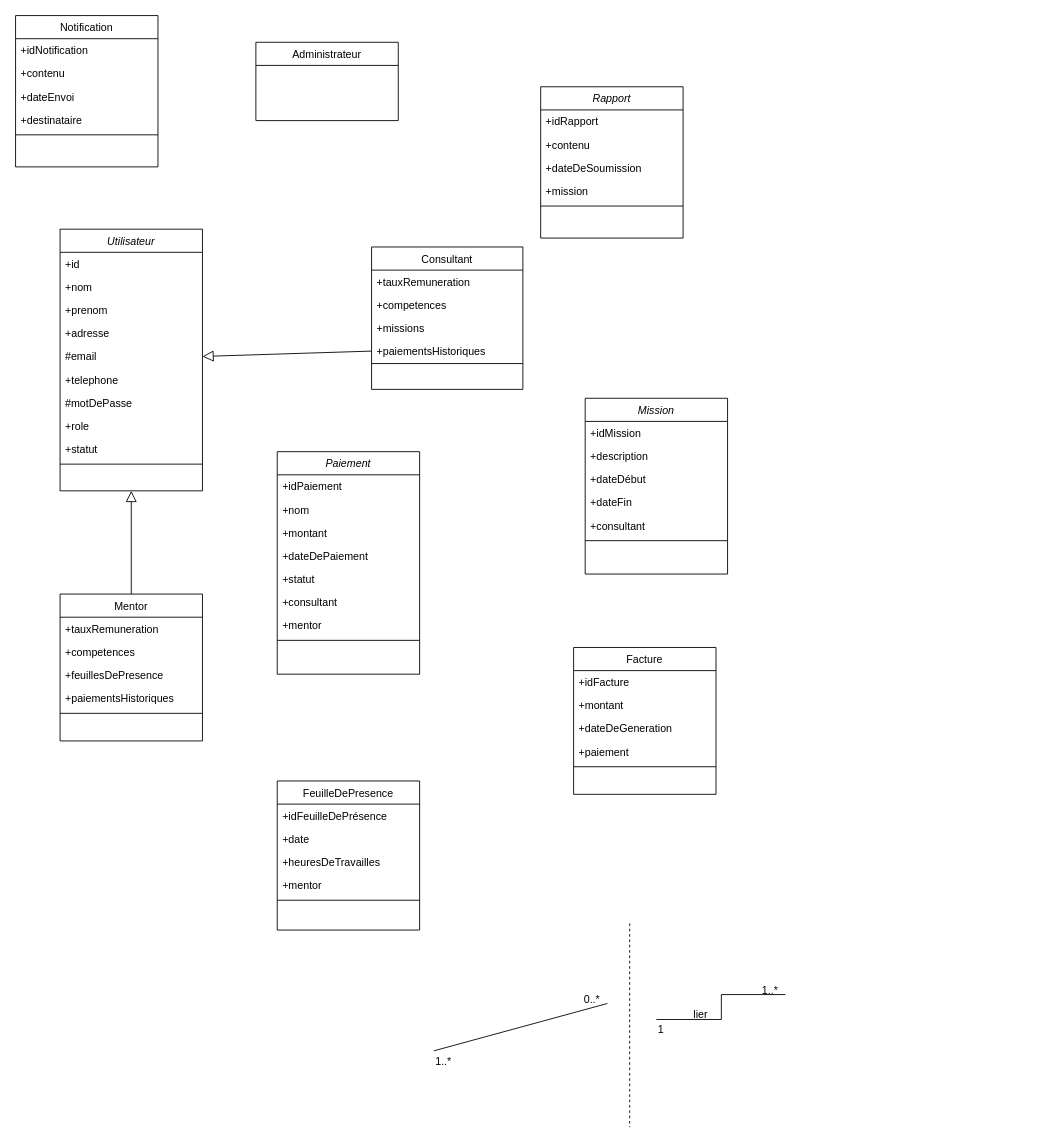
Above: Diagramme classe Projet F-n.drawio in Tussa-D/diagramme_projet_F-n (draw.io), before the change. Source tidied: cells renumbered, new cells numbered last; positions are measured from the earlier drawing's top-left corner, leaving out a move shared by most shapes. Both pictures are drawn from the tidied source at 89%, with x=0, y=0 at pixel (15, 15).
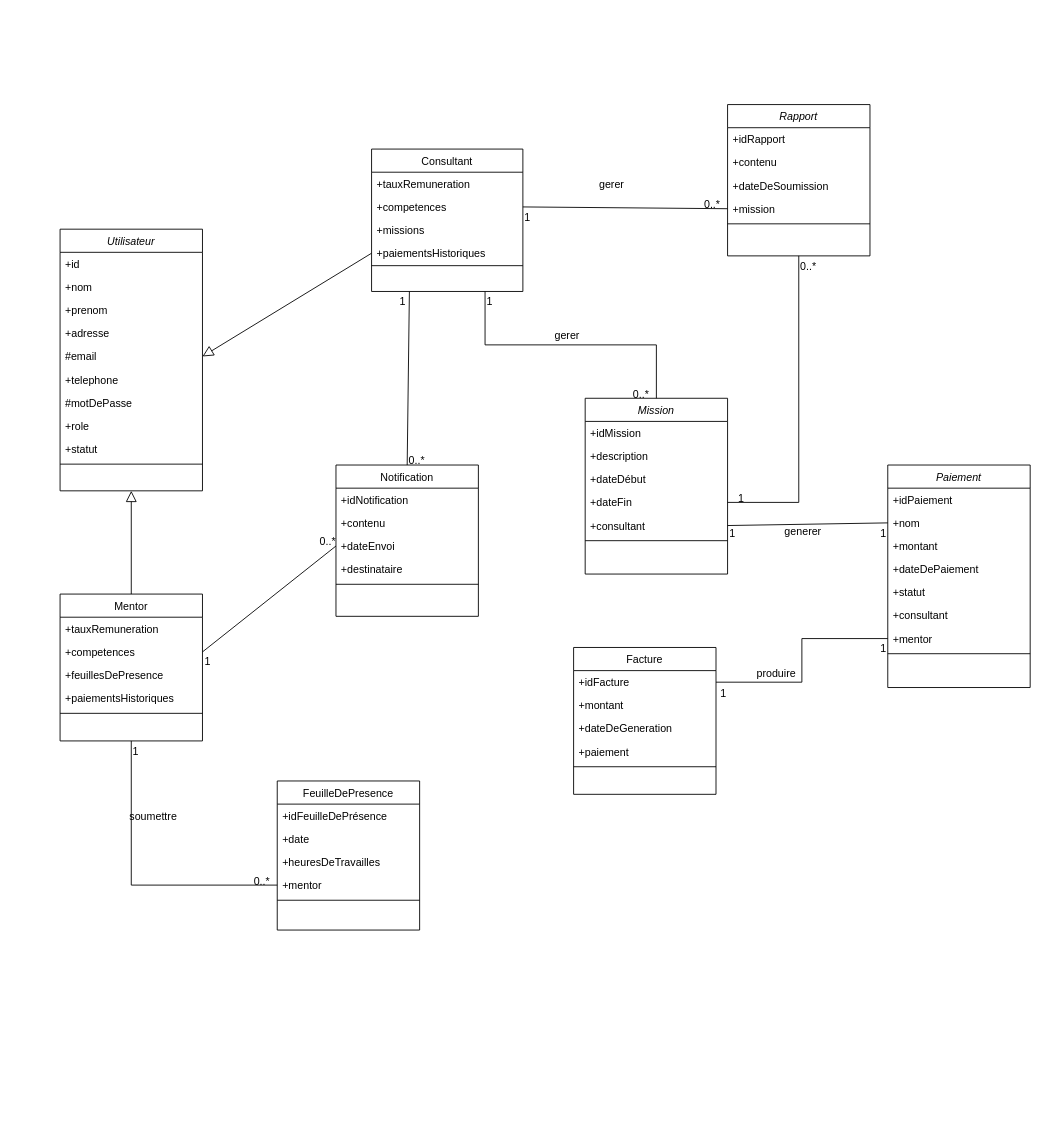
The same page after the edit.

Commit message (it also covers changes not shown here):
Mettre à jour Diagramme classe Projet F-n.drawio

Unchanged cells that the change refers to:
```xml
<mxCell id="13" value="Mentor" style="swimlane;fontStyle=0;align=center;verticalAlign=top;horizontal=1;startSize=26;rounded=0;shadow=0;strokeWidth=1;" parent="1" vertex="1">
  <mxGeometry x="50" y="650" width="160" height="165" as="geometry" />
</mxCell>
<mxCell id="15" value="+competences " style="text;align=left;verticalAlign=top;spacingLeft=4;spacingRight=4;overflow=hidden;points=[[0,0.5],[1,0.5]];portConstraint=eastwest;" parent="13" vertex="1">
  <mxGeometry y="52" width="160" height="26" as="geometry" />
</mxCell>
<mxCell id="21" value="+nom&#10;" style="text;align=left;verticalAlign=top;spacingLeft=4;spacingRight=4;overflow=hidden;points=[[0,0.5],[1,0.5]];portConstraint=eastwest;rounded=0;shadow=0;html=0;" parent="19" vertex="1">
  <mxGeometry y="52" width="160" height="26" as="geometry" />
</mxCell>
<mxCell id="26" value="+mentor" style="text;align=left;verticalAlign=top;spacingLeft=4;spacingRight=4;overflow=hidden;points=[[0,0.5],[1,0.5]];portConstraint=eastwest;rounded=0;shadow=0;html=0;" parent="19" vertex="1">
  <mxGeometry y="182" width="160" height="26" as="geometry" />
</mxCell>
<mxCell id="28" value="Mission" style="swimlane;fontStyle=2;align=center;verticalAlign=top;horizontal=1;startSize=26;rounded=0;shadow=0;strokeWidth=1;" parent="1" vertex="1">
  <mxGeometry x="640" y="430" width="160" height="197.5" as="geometry" />
</mxCell>
<mxCell id="32" value="+dateFin" style="text;align=left;verticalAlign=top;spacingLeft=4;spacingRight=4;overflow=hidden;points=[[0,0.5],[1,0.5]];portConstraint=eastwest;rounded=0;shadow=0;html=0;" parent="28" vertex="1">
  <mxGeometry y="104" width="160" height="26" as="geometry" />
</mxCell>
<mxCell id="33" value="+consultant " style="text;align=left;verticalAlign=top;spacingLeft=4;spacingRight=4;overflow=hidden;points=[[0,0.5],[1,0.5]];portConstraint=eastwest;rounded=0;shadow=0;html=0;" parent="28" vertex="1">
  <mxGeometry y="130" width="160" height="26" as="geometry" />
</mxCell>
<mxCell id="38" value="+dateEnvoi " style="text;align=left;verticalAlign=top;spacingLeft=4;spacingRight=4;overflow=hidden;points=[[0,0.5],[1,0.5]];portConstraint=eastwest;rounded=0;shadow=0;html=0;" parent="35" vertex="1">
  <mxGeometry y="78" width="160" height="26" as="geometry" />
</mxCell>
<mxCell id="45" value="+mentor" style="text;align=left;verticalAlign=top;spacingLeft=4;spacingRight=4;overflow=hidden;points=[[0,0.5],[1,0.5]];portConstraint=eastwest;rounded=0;shadow=0;html=0;" parent="41" vertex="1">
  <mxGeometry y="104" width="160" height="26" as="geometry" />
</mxCell>
<mxCell id="59" value="+competences " style="text;align=left;verticalAlign=top;spacingLeft=4;spacingRight=4;overflow=hidden;points=[[0,0.5],[1,0.5]];portConstraint=eastwest;" parent="57" vertex="1">
  <mxGeometry y="52" width="170" height="26" as="geometry" />
</mxCell>
<mxCell id="67" value="+mission" style="text;align=left;verticalAlign=top;spacingLeft=4;spacingRight=4;overflow=hidden;points=[[0,0.5],[1,0.5]];portConstraint=eastwest;rounded=0;shadow=0;html=0;" parent="63" vertex="1">
  <mxGeometry y="104" width="160" height="26" as="geometry" />
</mxCell>
<mxCell id="70" value="+idFacture" style="text;align=left;verticalAlign=top;spacingLeft=4;spacingRight=4;overflow=hidden;points=[[0,0.5],[1,0.5]];portConstraint=eastwest;" parent="69" vertex="1">
  <mxGeometry y="26" width="160" height="26" as="geometry" />
</mxCell>
```

Diff of the diagram source:
```diff
@@
     <mxCell id="19" value="Paiement" style="swimlane;fontStyle=2;align=center;verticalAlign=top;horizontal=1;startSize=26;rounded=0;shadow=0;strokeWidth=1;" parent="1" vertex="1">
-      <mxGeometry x="294" y="490" width="160" height="250" as="geometry" />
+      <mxGeometry x="980" y="505" width="160" height="250" as="geometry" />
     </mxCell>
@@
     <mxCell id="35" value="Notification" style="swimlane;fontStyle=0;align=center;verticalAlign=top;horizontal=1;startSize=26;rounded=0;shadow=0;strokeWidth=1;" parent="1" vertex="1">
-      <mxGeometry width="160" height="170" as="geometry" />
+      <mxGeometry x="360" y="505" width="160" height="170" as="geometry" />
     </mxCell>
@@
-    <mxCell id="49" style="endArrow=none;shadow=0;strokeWidth=1;rounded=0;endFill=0;exitX=1;exitY=0.5;exitDx=0;exitDy=0;entryX=0;entryY=0.5;entryDx=0;entryDy=0;edgeStyle=elbowEdgeStyle;" parent="1" edge="1">
+    <mxCell id="49" style="endArrow=none;shadow=0;strokeWidth=1;rounded=0;endFill=0;exitX=0.75;exitY=1;exitDx=0;exitDy=0;entryX=0.5;entryY=0;entryDx=0;entryDy=0;edgeStyle=orthogonalEdgeStyle;" parent="1" edge="1" source="57" target="28">
       <mxGeometry x="0.5" y="41" relative="1" as="geometry">
-        <mxPoint x="720" y="1128" as="sourcePoint" />
-        <mxPoint x="865" y="1100" as="targetPoint" />
         <mxPoint x="-40" y="32" as="offset" />
       </mxGeometry>
     </mxCell>
@@
-    <mxCell id="51" value="1..*" style="align=right;verticalAlign=bottom;labelBackgroundColor=none;fontSize=12;" parent="49" vertex="1">
+    <mxCell id="51" value="0..*" style="align=right;verticalAlign=bottom;labelBackgroundColor=none;fontSize=12;" parent="49" vertex="1">
       <mxGeometry x="1" relative="1" as="geometry">
         <mxPoint x="-7" y="4" as="offset" />
       </mxGeometry>
     </mxCell>
-    <mxCell id="52" value="lier" style="text;html=1;align=center;verticalAlign=middle;whiteSpace=wrap;rounded=0;" parent="1" vertex="1">
-      <mxGeometry x="745" y="1112.5" width="50" height="20" as="geometry" />
+    <mxCell id="52" value="gerer" style="text;html=1;align=center;verticalAlign=middle;whiteSpace=wrap;rounded=0;" parent="1" vertex="1">
+      <mxGeometry x="595" y="350" width="50" height="20" as="geometry" />
     </mxCell>
-    <mxCell id="53" style="endArrow=none;shadow=0;strokeWidth=1;rounded=0;endFill=0;entryX=0;entryY=0.5;entryDx=0;entryDy=0;exitX=1;exitY=0.75;exitDx=0;exitDy=0;" parent="1" edge="1">
-      <mxGeometry x="0.5" y="41" relative="1" as="geometry">
-        <mxPoint x="470" y="1163.2" as="sourcePoint" />
-        <mxPoint x="665" y="1110" as="targetPoint" />
-        <mxPoint x="-40" y="32" as="offset" />
-      </mxGeometry>
-    </mxCell>
-    <mxCell id="54" value="1..*" style="align=left;verticalAlign=bottom;labelBackgroundColor=none;fontSize=12;" parent="53" vertex="1">
-      <mxGeometry x="-1" relative="1" as="geometry">
-        <mxPoint y="20" as="offset" />
-      </mxGeometry>
-    </mxCell>
-    <mxCell id="55" value="0..*" style="align=right;verticalAlign=bottom;labelBackgroundColor=none;fontSize=12;" parent="53" vertex="1">
-      <mxGeometry x="1" relative="1" as="geometry">
-        <mxPoint x="-7" y="4" as="offset" />
-      </mxGeometry>
-    </mxCell>
-    <mxCell id="56" style="endArrow=none;shadow=0;strokeWidth=1;rounded=0;endFill=0;entryX=0.5;entryY=0;entryDx=0;entryDy=0;dashed=1;" parent="1" edge="1">
-      <mxGeometry x="0.5" y="41" relative="1" as="geometry">
-        <mxPoint x="690" y="1020" as="sourcePoint" />
-        <mxPoint x="690" y="1249" as="targetPoint" />
-        <mxPoint x="-40" y="32" as="offset" />
-      </mxGeometry>
-    </mxCell>
     <mxCell id="57" value="Consultant" style="swimlane;fontStyle=0;align=center;verticalAlign=top;horizontal=1;startSize=26;rounded=0;shadow=0;strokeWidth=1;" parent="1" vertex="1">
-      <mxGeometry x="400" y="260" width="170" height="160" as="geometry" />
+      <mxGeometry x="400" y="150" width="170" height="160" as="geometry" />
     </mxCell>
@@
     <mxCell id="63" value="Rapport" style="swimlane;fontStyle=2;align=center;verticalAlign=top;horizontal=1;startSize=26;rounded=0;shadow=0;strokeWidth=1;" parent="1" vertex="1">
-      <mxGeometry x="590" y="80" width="160" height="170" as="geometry" />
+      <mxGeometry x="800" y="100" width="160" height="170" as="geometry" />
     </mxCell>
@@
-    <mxCell id="75" value="Administrateur" style="swimlane;fontStyle=0;align=center;verticalAlign=top;horizontal=1;startSize=26;rounded=0;shadow=0;strokeWidth=1;" parent="1" vertex="1">
-      <mxGeometry x="270" y="30" width="160" height="88" as="geometry" />
-    </mxCell>
+    <mxCell id="76" style="endArrow=none;shadow=0;strokeWidth=1;rounded=0;endFill=0;exitX=0.5;exitY=1;exitDx=0;exitDy=0;entryX=0;entryY=0.5;entryDx=0;entryDy=0;edgeStyle=orthogonalEdgeStyle;" parent="1" edge="1" source="13" target="45">
+      <mxGeometry x="0.5" y="41" relative="1" as="geometry">
+        <mxPoint x="-40" y="32" as="offset" />
+      </mxGeometry>
+    </mxCell>
+    <mxCell id="77" value="1" style="align=left;verticalAlign=bottom;labelBackgroundColor=none;fontSize=12;" parent="76" vertex="1">
+      <mxGeometry x="-1" relative="1" as="geometry">
+        <mxPoint y="20" as="offset" />
+      </mxGeometry>
+    </mxCell>
+    <mxCell id="78" value="0..*" style="align=right;verticalAlign=bottom;labelBackgroundColor=none;fontSize=12;" parent="76" vertex="1">
+      <mxGeometry x="1" relative="1" as="geometry">
+        <mxPoint x="-7" y="4" as="offset" />
+      </mxGeometry>
+    </mxCell>
+    <mxCell id="79" value="soumettre" style="text;html=1;align=center;verticalAlign=middle;whiteSpace=wrap;rounded=0;" parent="1" vertex="1">
+      <mxGeometry x="130" y="890" width="50" height="20" as="geometry" />
+    </mxCell>
+    <mxCell id="80" style="endArrow=none;shadow=0;strokeWidth=1;rounded=0;endFill=0;exitX=0.5;exitY=1;exitDx=0;exitDy=0;entryX=1;entryY=0.5;entryDx=0;entryDy=0;edgeStyle=orthogonalEdgeStyle;" parent="1" edge="1" source="63" target="32">
+      <mxGeometry x="0.5" y="41" relative="1" as="geometry">
+        <mxPoint x="-40" y="32" as="offset" />
+      </mxGeometry>
+    </mxCell>
+    <mxCell id="81" value="0..*" style="align=left;verticalAlign=bottom;labelBackgroundColor=none;fontSize=12;" parent="80" vertex="1">
+      <mxGeometry x="-1" relative="1" as="geometry">
+        <mxPoint y="20" as="offset" />
+      </mxGeometry>
+    </mxCell>
+    <mxCell id="82" value="1" style="align=right;verticalAlign=bottom;labelBackgroundColor=none;fontSize=12;" parent="80" vertex="1">
+      <mxGeometry x="1" relative="1" as="geometry">
+        <mxPoint x="20" y="4" as="offset" />
+      </mxGeometry>
+    </mxCell>
+    <mxCell id="83" style="endArrow=none;shadow=0;strokeWidth=1;rounded=0;endFill=0;exitX=1;exitY=0.5;exitDx=0;exitDy=0;entryX=0;entryY=0.5;entryDx=0;entryDy=0;" parent="1" edge="1" source="59" target="67">
+      <mxGeometry x="0.5" y="41" relative="1" as="geometry">
+        <mxPoint x="-40" y="32" as="offset" />
+      </mxGeometry>
+    </mxCell>
+    <mxCell id="84" value="1" style="align=left;verticalAlign=bottom;labelBackgroundColor=none;fontSize=12;" parent="83" vertex="1">
+      <mxGeometry x="-1" relative="1" as="geometry">
+        <mxPoint y="20" as="offset" />
+      </mxGeometry>
+    </mxCell>
+    <mxCell id="85" value="0..*" style="align=right;verticalAlign=bottom;labelBackgroundColor=none;fontSize=12;" parent="83" vertex="1">
+      <mxGeometry x="1" relative="1" as="geometry">
+        <mxPoint x="-7" y="4" as="offset" />
+      </mxGeometry>
+    </mxCell>
+    <mxCell id="86" value="gerer" style="text;html=1;align=center;verticalAlign=middle;whiteSpace=wrap;rounded=0;" parent="1" vertex="1">
+      <mxGeometry x="645" y="180" width="50" height="20" as="geometry" />
+    </mxCell>
+    <mxCell id="87" style="endArrow=none;shadow=0;strokeWidth=1;rounded=0;endFill=0;exitX=0;exitY=0.5;exitDx=0;exitDy=0;entryX=1;entryY=0.5;entryDx=0;entryDy=0;" parent="1" edge="1" source="21" target="33">
+      <mxGeometry x="0.5" y="41" relative="1" as="geometry">
+        <mxPoint x="-40" y="32" as="offset" />
+      </mxGeometry>
+    </mxCell>
+    <mxCell id="88" value="1" style="align=left;verticalAlign=bottom;labelBackgroundColor=none;fontSize=12;" parent="87" vertex="1">
+      <mxGeometry x="-1" relative="1" as="geometry">
+        <mxPoint x="-10" y="20" as="offset" />
+      </mxGeometry>
+    </mxCell>
+    <mxCell id="89" value="1" style="align=right;verticalAlign=bottom;labelBackgroundColor=none;fontSize=12;" parent="87" vertex="1">
+      <mxGeometry x="1" relative="1" as="geometry">
+        <mxPoint x="10" y="17" as="offset" />
+      </mxGeometry>
+    </mxCell>
+    <mxCell id="90" value="generer" style="text;html=1;align=center;verticalAlign=middle;whiteSpace=wrap;rounded=0;" parent="1" vertex="1">
+      <mxGeometry x="860" y="570" width="50" height="20" as="geometry" />
+    </mxCell>
+    <mxCell id="91" value="produire" style="text;html=1;align=center;verticalAlign=middle;whiteSpace=wrap;rounded=0;" parent="1" vertex="1">
+      <mxGeometry x="830" y="730" width="50" height="20" as="geometry" />
+    </mxCell>
+    <mxCell id="92" style="endArrow=none;shadow=0;strokeWidth=1;rounded=0;endFill=0;exitX=0;exitY=0.5;exitDx=0;exitDy=0;entryX=1;entryY=0.5;entryDx=0;entryDy=0;edgeStyle=orthogonalEdgeStyle;" parent="1" edge="1" source="26" target="70">
+      <mxGeometry x="0.5" y="41" relative="1" as="geometry">
+        <mxPoint x="-40" y="32" as="offset" />
+      </mxGeometry>
+    </mxCell>
+    <mxCell id="93" value="1" style="align=left;verticalAlign=bottom;labelBackgroundColor=none;fontSize=12;" parent="92" vertex="1">
+      <mxGeometry x="-1" relative="1" as="geometry">
+        <mxPoint x="-10" y="20" as="offset" />
+      </mxGeometry>
+    </mxCell>
+    <mxCell id="94" value="1" style="align=right;verticalAlign=bottom;labelBackgroundColor=none;fontSize=12;" parent="92" vertex="1">
+      <mxGeometry x="1" relative="1" as="geometry">
+        <mxPoint x="13" y="21" as="offset" />
+      </mxGeometry>
+    </mxCell>
+    <mxCell id="95" style="endArrow=none;shadow=0;strokeWidth=1;rounded=0;endFill=0;exitX=0.5;exitY=0;exitDx=0;exitDy=0;entryX=0.25;entryY=1;entryDx=0;entryDy=0;" parent="1" edge="1" source="35" target="57">
+      <mxGeometry x="0.5" y="41" relative="1" as="geometry">
+        <mxPoint x="-40" y="32" as="offset" />
+      </mxGeometry>
+    </mxCell>
+    <mxCell id="96" value="0..*" style="align=left;verticalAlign=bottom;labelBackgroundColor=none;fontSize=12;" parent="95" vertex="1">
+      <mxGeometry x="-1" relative="1" as="geometry">
+        <mxPoint y="3" as="offset" />
+      </mxGeometry>
+    </mxCell>
+    <mxCell id="97" value="1" style="align=right;verticalAlign=bottom;labelBackgroundColor=none;fontSize=12;" parent="95" vertex="1">
+      <mxGeometry x="1" relative="1" as="geometry">
+        <mxPoint x="-3" y="20" as="offset" />
+      </mxGeometry>
+    </mxCell>
+    <mxCell id="98" style="endArrow=none;shadow=0;strokeWidth=1;rounded=0;endFill=0;exitX=0;exitY=0.5;exitDx=0;exitDy=0;entryX=1;entryY=0.5;entryDx=0;entryDy=0;" parent="1" edge="1" source="38" target="15">
+      <mxGeometry x="0.5" y="41" relative="1" as="geometry">
+        <mxPoint x="-40" y="32" as="offset" />
+      </mxGeometry>
+    </mxCell>
+    <mxCell id="99" value="0..*" style="align=left;verticalAlign=bottom;labelBackgroundColor=none;fontSize=12;" parent="98" vertex="1">
+      <mxGeometry x="-1" relative="1" as="geometry">
+        <mxPoint x="-20" y="3" as="offset" />
+      </mxGeometry>
+    </mxCell>
+    <mxCell id="100" value="1" style="align=right;verticalAlign=bottom;labelBackgroundColor=none;fontSize=12;" parent="98" vertex="1">
+      <mxGeometry x="1" relative="1" as="geometry">
+        <mxPoint x="10" y="20" as="offset" />
+      </mxGeometry>
+    </mxCell>
```
